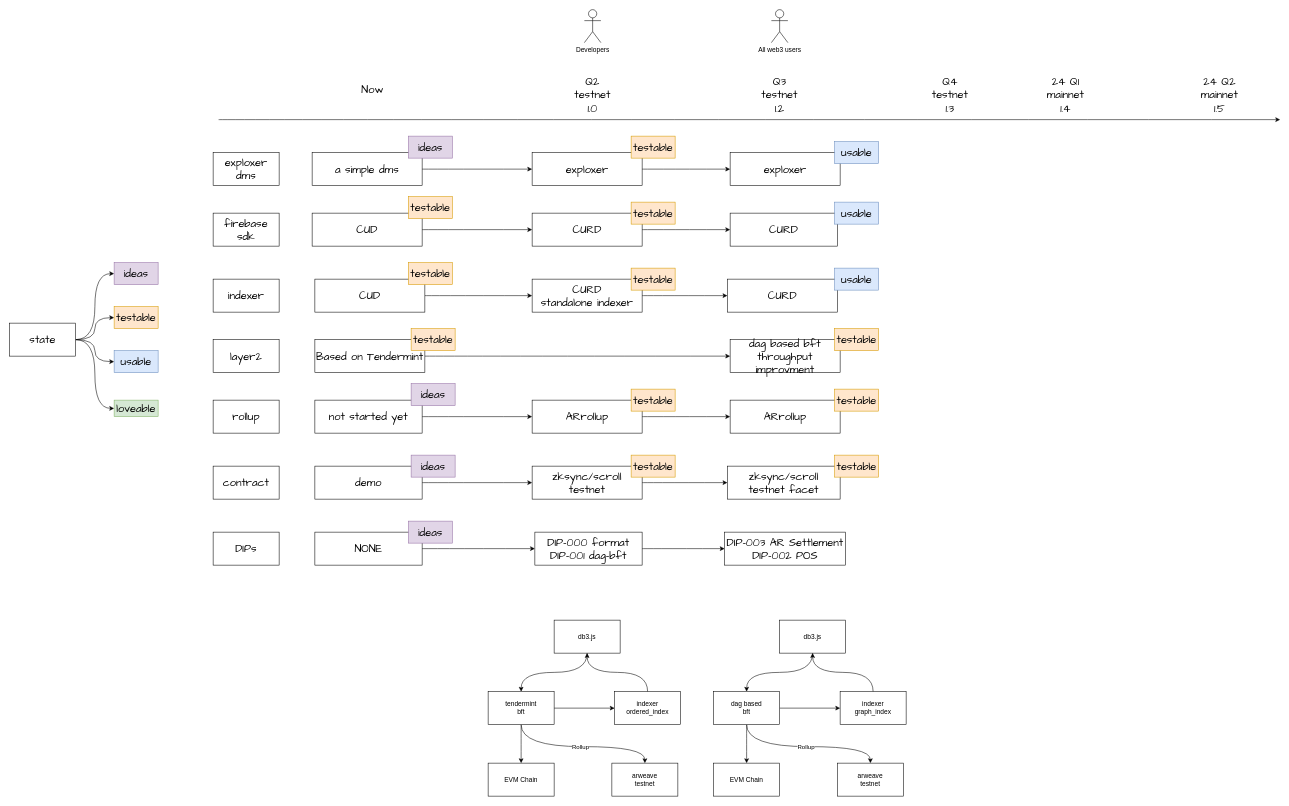
This is static/roadmap.drawio from dbpunk-labs/DIPs, a draw.io file, before an edit. Source tidied: cells renumbered, new cells numbered last; positions are measured from the earlier drawing's top-left corner, leaving out a move shared by most shapes. Both pictures are drawn from the tidied source at 55%, with x=0, y=0 at pixel (9, 9).
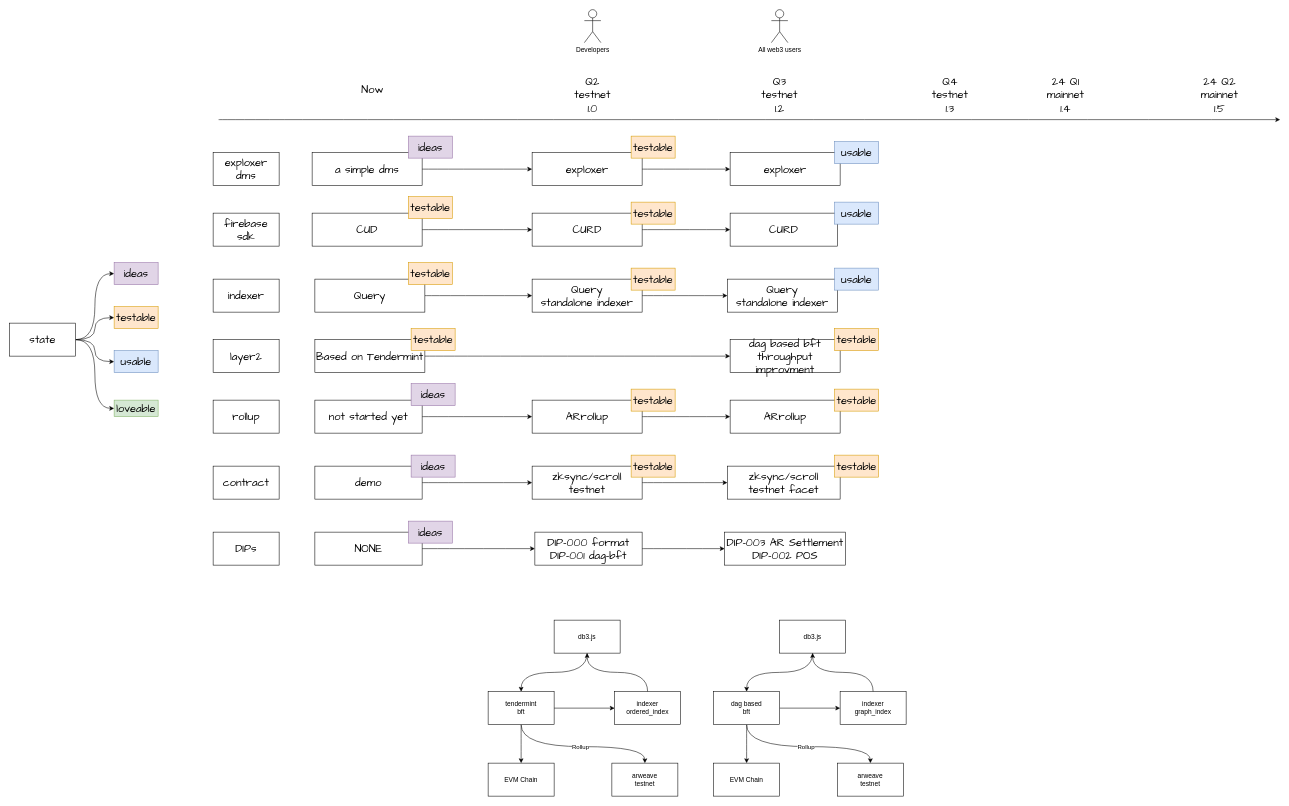
The same diagram, later.

Commit message (it also covers changes not shown here):
feat: add dip table

What changed in the source:
```diff
@@
-    <mxCell id="15" value="CUD" style="rounded=0;whiteSpace=wrap;html=1;hachureGap=4;fontFamily=Architects Daughter;fontSize=20;" parent="1" vertex="1">
+    <mxCell id="15" value="Query" style="rounded=0;whiteSpace=wrap;html=1;hachureGap=4;fontFamily=Architects Daughter;fontSize=20;" parent="1" vertex="1">
       <mxGeometry x="555" y="490" width="200" height="60" as="geometry" />
     </mxCell>
@@
-    <mxCell id="47" value="CURD&lt;br&gt;standalone indexer" style="whiteSpace=wrap;html=1;fontSize=20;fontFamily=Architects Daughter;rounded=0;hachureGap=4;" parent="1" vertex="1">
+    <mxCell id="47" value="Query&lt;br&gt;standalone indexer" style="whiteSpace=wrap;html=1;fontSize=20;fontFamily=Architects Daughter;rounded=0;hachureGap=4;" parent="1" vertex="1">
       <mxGeometry x="950" y="490" width="200" height="60" as="geometry" />
     </mxCell>
@@
-    <mxCell id="70" value="CURD" style="whiteSpace=wrap;html=1;fontSize=20;fontFamily=Architects Daughter;rounded=0;hachureGap=4;" parent="1" vertex="1">
+    <mxCell id="70" value="Query&lt;br style=&quot;border-color: var(--border-color);&quot;&gt;standalone indexer" style="whiteSpace=wrap;html=1;fontSize=20;fontFamily=Architects Daughter;rounded=0;hachureGap=4;" parent="1" vertex="1">
       <mxGeometry x="1305" y="490" width="200" height="60" as="geometry" />
     </mxCell>
```
